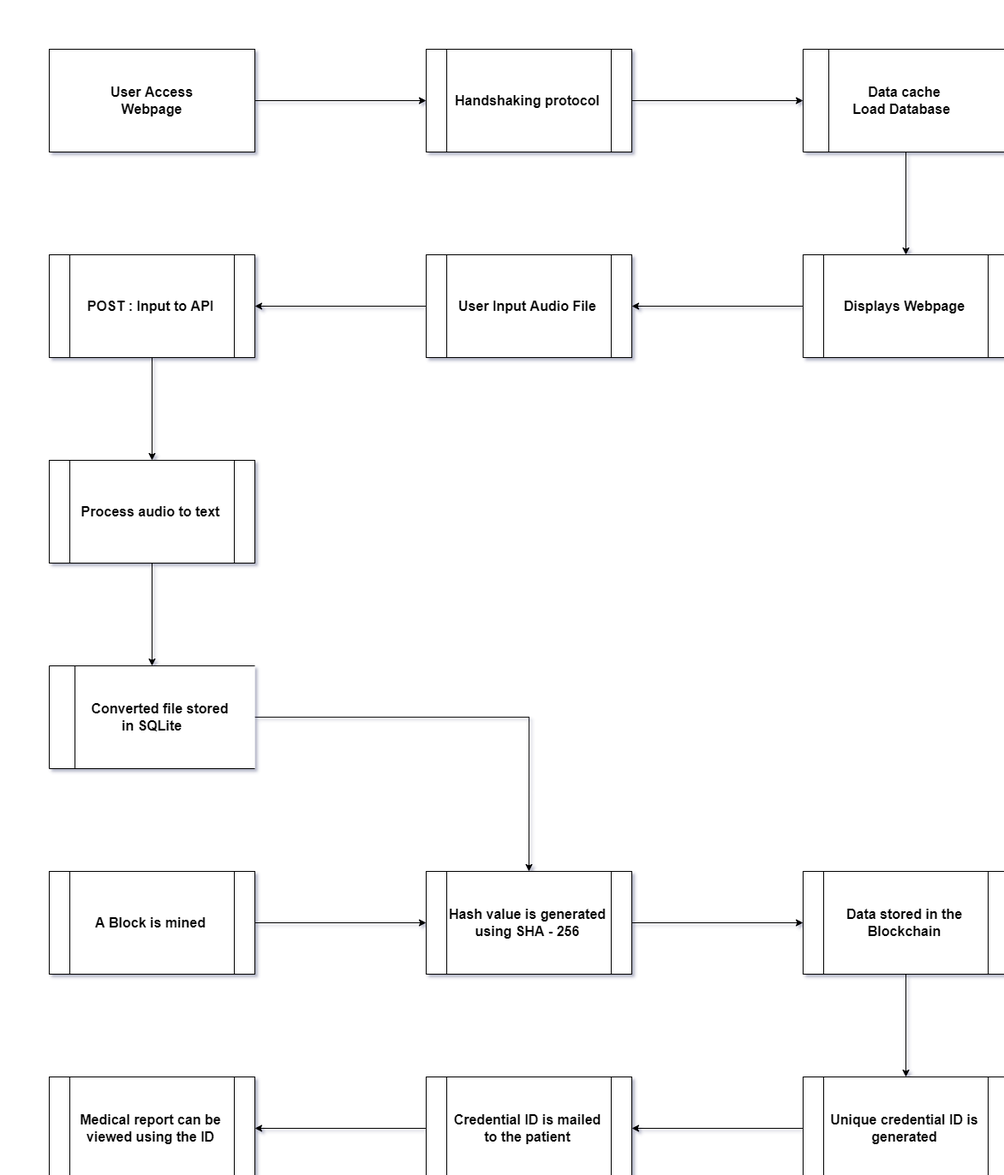
Above: Documentation/dfdl2.png in GowthamPrasad/Project (draw.io), before the change. Source tidied: cells renumbered, new cells last; positions are measured from the earlier drawing's top-left corner, leaving out a move shared by most shapes.
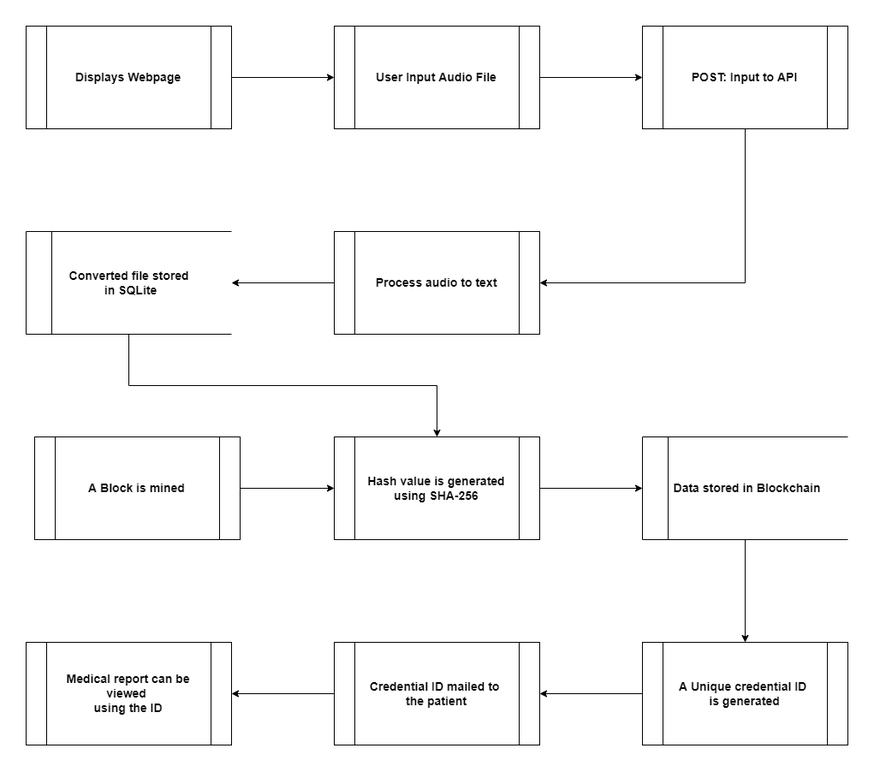
The same file after the commit.

What changed in the source:
```diff
@@ -2,86 +2,77 @@
   <root>
     <mxCell id="0" />
     <mxCell id="1" parent="0" />
-    <mxCell id="2" style="edgeStyle=orthogonalEdgeStyle;rounded=0;jettySize=auto;html=1;fontSize=16;fontStyle=1;" parent="1" edge="1" source="3" target="5">
-      <mxGeometry relative="1" as="geometry" />
-    </mxCell>
-    <mxCell id="3" value="&lt;blockquote style=&quot;font-size: 16px;&quot;&gt;&lt;b style=&quot;font-size: 16px;&quot;&gt;User Access Webpage&lt;/b&gt;&lt;/blockquote&gt;" style="rounded=0;whiteSpace=wrap;html=1;fontSize=16;" parent="1" vertex="1">
-      <mxGeometry width="240" height="120" as="geometry" />
-    </mxCell>
-    <mxCell id="4" style="edgeStyle=orthogonalEdgeStyle;rounded=0;jettySize=auto;html=1;entryX=0;entryY=0.5;entryDx=0;entryDy=0;fontSize=16;fontStyle=1;" parent="1" edge="1" source="5" target="7">
-      <mxGeometry relative="1" as="geometry" />
-    </mxCell>
-    <mxCell id="5" value="Handshaking protocol" style="shape=process;whiteSpace=wrap;html=1;backgroundOutline=1;fontSize=16;fontStyle=1;" parent="1" vertex="1">
-      <mxGeometry x="440" width="240" height="120" as="geometry" />
-    </mxCell>
-    <mxCell id="6" style="edgeStyle=orthogonalEdgeStyle;rounded=0;jettySize=auto;html=1;entryX=0.5;entryY=0;entryDx=0;entryDy=0;fontSize=16;fontStyle=1;" parent="1" edge="1" source="7" target="11">
-      <mxGeometry relative="1" as="geometry" />
-    </mxCell>
-    <mxCell id="7" value="&amp;nbsp; &amp;nbsp; &amp;nbsp; &amp;nbsp; &amp;nbsp; &amp;nbsp; &amp;nbsp; &amp;nbsp; Data cache &lt;br style=&quot;font-size: 16px;&quot;&gt;&amp;nbsp; &amp;nbsp; &amp;nbsp; &amp;nbsp; &amp;nbsp; &amp;nbsp; Load Database" style="html=1;dashed=0;whitespace=wrap;shape=mxgraph.dfd.dataStoreID;align=left;spacingLeft=3;points=[[0,0],[0.5,0],[1,0],[0,0.5],[1,0.5],[0,1],[0.5,1],[1,1]];fontSize=16;fontStyle=1;" parent="1" vertex="1">
-      <mxGeometry x="880" width="240" height="120" as="geometry" />
-    </mxCell>
-    <mxCell id="8" style="edgeStyle=orthogonalEdgeStyle;rounded=0;jettySize=auto;html=1;entryX=1;entryY=0.5;entryDx=0;entryDy=0;fontSize=16;fontStyle=1;" parent="1" edge="1" source="9" target="13">
-      <mxGeometry relative="1" as="geometry" />
-    </mxCell>
-    <mxCell id="9" value="User Input Audio File" style="shape=process;whiteSpace=wrap;html=1;backgroundOutline=1;fontSize=16;fontStyle=1;" parent="1" vertex="1">
-      <mxGeometry x="440" y="240" width="240" height="120" as="geometry" />
-    </mxCell>
-    <mxCell id="10" style="edgeStyle=orthogonalEdgeStyle;rounded=0;jettySize=auto;html=1;entryX=1;entryY=0.5;entryDx=0;entryDy=0;fontSize=16;fontStyle=1;" parent="1" edge="1" source="11" target="9">
+    <mxCell id="10" style="edgeStyle=orthogonalEdgeStyle;rounded=0;jettySize=auto;html=1;entryX=0;entryY=0.5;entryDx=0;entryDy=0;fontSize=14;fontStyle=1;" parent="1" edge="1" source="11" target="9">
       <mxGeometry relative="1" as="geometry" />
     </mxCell>
-    <mxCell id="11" value="Displays Webpage" style="shape=process;whiteSpace=wrap;html=1;backgroundOutline=1;fontSize=16;fontStyle=1;" parent="1" vertex="1">
-      <mxGeometry x="880" y="240" width="240" height="120" as="geometry" />
+    <mxCell id="11" value="Displays Webpage" style="shape=process;whiteSpace=wrap;html=1;backgroundOutline=1;fontSize=14;fontStyle=1;" parent="1" vertex="1">
+      <mxGeometry width="240" height="120" as="geometry" />
     </mxCell>
-    <mxCell id="12" style="edgeStyle=orthogonalEdgeStyle;rounded=0;jettySize=auto;html=1;entryX=0.5;entryY=0;entryDx=0;entryDy=0;fontSize=16;fontStyle=1;" parent="1" edge="1" source="13" target="15">
-      <mxGeometry relative="1" as="geometry" />
-    </mxCell>
-    <mxCell id="13" value="&lt;font style=&quot;font-size: 16px;&quot;&gt;&lt;b style=&quot;font-size: 16px;&quot;&gt;POST : Input to API&lt;/b&gt;&lt;/font&gt;" style="shape=process;whiteSpace=wrap;html=1;backgroundOutline=1;fontSize=16;" parent="1" vertex="1">
-      <mxGeometry y="240" width="240" height="120" as="geometry" />
-    </mxCell>
+    <mxCell id="29" style="edgeStyle=orthogonalEdgeStyle;rounded=0;jettySize=auto;html=1;entryX=0;entryY=0.5;entryDx=0;entryDy=0;fontSize=14;fontStyle=1;" parent="1" edge="1" source="9" target="31">
+      <mxGeometry relative="1" as="geometry" />
+    </mxCell>
+    <mxCell id="9" value="User Input Audio File" style="shape=process;whiteSpace=wrap;html=1;backgroundOutline=1;fontSize=14;fontStyle=1;" parent="1" vertex="1">
+      <mxGeometry x="360" width="240" height="120" as="geometry" />
+    </mxCell>
+    <mxCell id="30" style="edgeStyle=orthogonalEdgeStyle;rounded=0;jettySize=auto;html=1;entryX=1;entryY=0.5;entryDx=0;entryDy=0;fontSize=14;fontStyle=1;" parent="1" edge="1" source="31" target="15">
+      <mxGeometry relative="1" as="geometry">
+        <Array as="points">
+          <mxPoint x="840" y="300" />
+        </Array>
+      </mxGeometry>
+    </mxCell>
+    <mxCell id="31" value="POST: Input to API" style="shape=process;whiteSpace=wrap;html=1;backgroundOutline=1;fontSize=14;fontStyle=1;" parent="1" vertex="1">
+      <mxGeometry x="720" width="240" height="120" as="geometry" />
+    </mxCell>
+    <mxCell id="32" style="edgeStyle=orthogonalEdgeStyle;rounded=0;jettySize=auto;html=1;entryX=0;entryY=0.5;entryDx=0;entryDy=0;fontSize=14;fontStyle=1;" parent="1" edge="1" source="19" target="35">
+      <mxGeometry relative="1" as="geometry" />
+    </mxCell>
+    <mxCell id="19" value="A Block is mined" style="shape=process;whiteSpace=wrap;html=1;backgroundOutline=1;fontSize=14;fontStyle=1;" parent="1" vertex="1">
+      <mxGeometry x="10" y="480" width="240" height="120" as="geometry" />
+    </mxCell>
-    <mxCell id="14" style="edgeStyle=orthogonalEdgeStyle;rounded=0;jettySize=auto;html=1;entryX=0.5;entryY=0;entryDx=0;entryDy=0;fontSize=16;fontStyle=1;" parent="1" edge="1" source="15" target="17">
+    <mxCell id="14" style="edgeStyle=orthogonalEdgeStyle;rounded=0;jettySize=auto;html=1;entryX=1;entryY=0.5;entryDx=0;entryDy=0;fontSize=14;fontStyle=1;" parent="1" edge="1" source="15" target="17">
       <mxGeometry relative="1" as="geometry" />
     </mxCell>
-    <mxCell id="15" value="&lt;b style=&quot;font-size: 16px;&quot;&gt;Process audio to text&lt;/b&gt;" style="shape=process;whiteSpace=wrap;html=1;backgroundOutline=1;fontSize=16;" parent="1" vertex="1">
-      <mxGeometry y="480" width="240" height="120" as="geometry" />
+    <mxCell id="15" value="Process audio to text" style="shape=process;whiteSpace=wrap;html=1;backgroundOutline=1;fontSize=14;fontStyle=1;" parent="1" vertex="1">
+      <mxGeometry x="360" y="240" width="240" height="120" as="geometry" />
     </mxCell>
-    <mxCell id="16" style="edgeStyle=orthogonalEdgeStyle;rounded=0;jettySize=auto;html=1;entryX=0.5;entryY=0;entryDx=0;entryDy=0;fontSize=16;fontStyle=1;" parent="1" edge="1" source="17" target="21">
-      <mxGeometry relative="1" as="geometry" />
-    </mxCell>
+    <mxCell id="33" style="edgeStyle=orthogonalEdgeStyle;rounded=0;jettySize=auto;html=1;entryX=0.5;entryY=0;entryDx=0;entryDy=0;fontSize=14;fontStyle=1;" parent="1" edge="1" source="17" target="35">
+      <mxGeometry relative="1" as="geometry">
+        <Array as="points">
+          <mxPoint x="120" y="420" />
+          <mxPoint x="480" y="420" />
+        </Array>
+      </mxGeometry>
+    </mxCell>
-    <mxCell id="17" value="&lt;b style=&quot;font-size: 16px;&quot;&gt;&amp;nbsp; &amp;nbsp; &amp;nbsp; &amp;nbsp; &amp;nbsp; Converted file stored &lt;br style=&quot;font-size: 16px;&quot;&gt;&amp;nbsp; &amp;nbsp; &amp;nbsp; &amp;nbsp; &amp;nbsp; &amp;nbsp; &amp;nbsp; &amp;nbsp; &amp;nbsp; in SQLite&lt;/b&gt;" style="html=1;dashed=0;whitespace=wrap;shape=mxgraph.dfd.dataStoreID;align=left;spacingLeft=3;points=[[0,0],[0.5,0],[1,0],[0,0.5],[1,0.5],[0,1],[0.5,1],[1,1]];fontSize=16;" parent="1" vertex="1">
-      <mxGeometry y="720" width="240" height="120" as="geometry" />
+    <mxCell id="17" value="Converted file stored &lt;br style=&quot;font-size: 14px;&quot;&gt;in SQLite" style="html=1;dashed=0;whitespace=wrap;shape=mxgraph.dfd.dataStoreID;align=center;spacingLeft=3;points=[[0,0],[0.5,0],[1,0],[0,0.5],[1,0.5],[0,1],[0.5,1],[1,1]];fontSize=14;fontStyle=1;" parent="1" vertex="1">
+      <mxGeometry y="240" width="240" height="120" as="geometry" />
     </mxCell>
-    <mxCell id="18" style="edgeStyle=orthogonalEdgeStyle;rounded=0;jettySize=auto;html=1;entryX=0;entryY=0.5;entryDx=0;entryDy=0;fontSize=16;fontStyle=1;" parent="1" edge="1" source="19" target="21">
-      <mxGeometry relative="1" as="geometry" />
-    </mxCell>
-    <mxCell id="19" value="&lt;b style=&quot;font-size: 16px;&quot;&gt;A Block is mined&lt;/b&gt;" style="shape=process;whiteSpace=wrap;html=1;backgroundOutline=1;fontSize=16;" parent="1" vertex="1">
-      <mxGeometry y="960" width="240" height="120" as="geometry" />
-    </mxCell>
-    <mxCell id="20" style="edgeStyle=orthogonalEdgeStyle;rounded=0;jettySize=auto;html=1;entryX=0;entryY=0.5;entryDx=0;entryDy=0;fontSize=16;fontStyle=1;" parent="1" edge="1" source="21" target="23">
-      <mxGeometry relative="1" as="geometry" />
-    </mxCell>
-    <mxCell id="21" value="Hash value is generated using SHA - 256" style="shape=process;whiteSpace=wrap;html=1;backgroundOutline=1;fontSize=16;fontStyle=1;" parent="1" vertex="1">
-      <mxGeometry x="440" y="960" width="240" height="120" as="geometry" />
-    </mxCell>
-    <mxCell id="22" style="edgeStyle=orthogonalEdgeStyle;rounded=0;jettySize=auto;html=1;fontSize=16;" parent="1" edge="1" source="23" target="25">
-      <mxGeometry relative="1" as="geometry" />
-    </mxCell>
-    <mxCell id="23" value="Data stored in the Blockchain" style="shape=process;whiteSpace=wrap;html=1;backgroundOutline=1;fontSize=16;fontStyle=1;" parent="1" vertex="1">
-      <mxGeometry x="880" y="960" width="240" height="120" as="geometry" />
-    </mxCell>
-    <mxCell id="24" style="edgeStyle=orthogonalEdgeStyle;rounded=0;jettySize=auto;html=1;entryX=1;entryY=0.5;entryDx=0;entryDy=0;fontSize=16;" parent="1" edge="1" source="25" target="27">
-      <mxGeometry relative="1" as="geometry" />
-    </mxCell>
-    <mxCell id="25" value="Unique credential ID is generated" style="shape=process;whiteSpace=wrap;html=1;backgroundOutline=1;fontSize=16;fontStyle=1;" parent="1" vertex="1">
-      <mxGeometry x="880" y="1200" width="240" height="120" as="geometry" />
-    </mxCell>
-    <mxCell id="26" style="edgeStyle=orthogonalEdgeStyle;rounded=0;jettySize=auto;html=1;entryX=1;entryY=0.5;entryDx=0;entryDy=0;fontSize=16;" parent="1" edge="1" source="27" target="28">
-      <mxGeometry relative="1" as="geometry" />
-    </mxCell>
-    <mxCell id="27" value="Credential ID is mailed to the patient" style="shape=process;whiteSpace=wrap;html=1;backgroundOutline=1;fontSize=16;fontStyle=1;" parent="1" vertex="1">
-      <mxGeometry x="440" y="1200" width="240" height="120" as="geometry" />
-    </mxCell>
+    <mxCell id="34" style="edgeStyle=orthogonalEdgeStyle;rounded=0;jettySize=auto;html=1;entryX=0;entryY=0.5;entryDx=0;entryDy=0;fontSize=14;fontStyle=1;" parent="1" edge="1" source="35" target="41">
+      <mxGeometry relative="1" as="geometry" />
+    </mxCell>
+    <mxCell id="35" value="Hash value is generated using SHA-256" style="shape=process;whiteSpace=wrap;html=1;backgroundOutline=1;fontSize=14;fontStyle=1;" parent="1" vertex="1">
+      <mxGeometry x="360" y="480" width="240" height="120" as="geometry" />
+    </mxCell>
-    <mxCell id="28" value="Medical report can be viewed using the ID" style="shape=process;whiteSpace=wrap;html=1;backgroundOutline=1;fontSize=16;fontStyle=1;" parent="1" vertex="1">
-      <mxGeometry y="1200" width="240" height="120" as="geometry" />
+    <mxCell id="28" value="Medical report can be viewed &lt;br style=&quot;font-size: 14px;&quot;&gt;using the ID" style="shape=process;whiteSpace=wrap;html=1;backgroundOutline=1;fontSize=14;fontStyle=1;" parent="1" vertex="1">
+      <mxGeometry y="720" width="240" height="120" as="geometry" />
     </mxCell>
+    <mxCell id="36" style="edgeStyle=orthogonalEdgeStyle;rounded=0;jettySize=auto;html=1;entryX=1;entryY=0.5;entryDx=0;entryDy=0;fontSize=14;fontStyle=1;" parent="1" edge="1" source="37" target="28">
+      <mxGeometry relative="1" as="geometry" />
+    </mxCell>
+    <mxCell id="37" value="Credential ID mailed to &lt;br style=&quot;font-size: 14px;&quot;&gt;the patient" style="shape=process;whiteSpace=wrap;html=1;backgroundOutline=1;fontSize=14;fontStyle=1;" parent="1" vertex="1">
+      <mxGeometry x="360" y="720" width="240" height="120" as="geometry" />
+    </mxCell>
+    <mxCell id="38" style="edgeStyle=orthogonalEdgeStyle;rounded=0;jettySize=auto;html=1;entryX=1;entryY=0.5;entryDx=0;entryDy=0;fontSize=14;fontStyle=1;" parent="1" edge="1" source="39" target="37">
+      <mxGeometry relative="1" as="geometry" />
+    </mxCell>
+    <mxCell id="39" value="A Unique credential ID &lt;br style=&quot;font-size: 14px;&quot;&gt;is generated" style="shape=process;whiteSpace=wrap;html=1;backgroundOutline=1;fontSize=14;fontStyle=1;" parent="1" vertex="1">
+      <mxGeometry x="720" y="720" width="240" height="120" as="geometry" />
+    </mxCell>
+    <mxCell id="40" style="edgeStyle=orthogonalEdgeStyle;rounded=0;jettySize=auto;html=1;entryX=0.5;entryY=0;entryDx=0;entryDy=0;fontSize=14;fontStyle=1;" parent="1" edge="1" source="41" target="39">
+      <mxGeometry relative="1" as="geometry" />
+    </mxCell>
+    <mxCell id="41" value="Data stored in Blockchain" style="html=1;dashed=0;whitespace=wrap;shape=mxgraph.dfd.dataStoreID;align=center;spacingLeft=3;points=[[0,0],[0.5,0],[1,0],[0,0.5],[1,0.5],[0,1],[0.5,1],[1,1]];fontSize=14;fontStyle=1;" parent="1" vertex="1">
+      <mxGeometry x="720" y="480" width="240" height="120" as="geometry" />
+    </mxCell>
   </root>
 </mxGraphModel>
```
